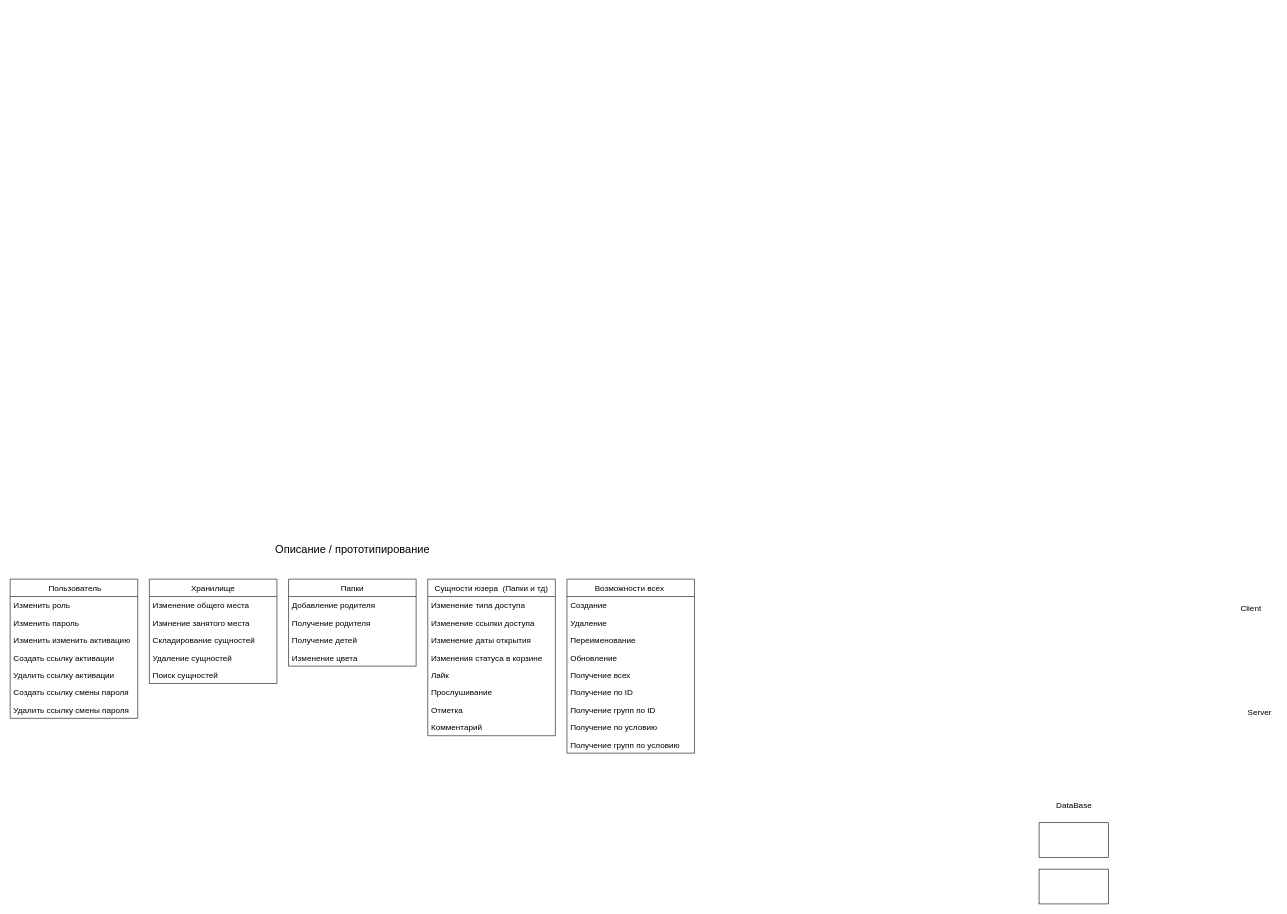
WheatleyCODE/storage-server keeps this draw.io diagram as page "Описание сущностей" (1 of 2) of project.drawio. Above is the earlier version. Source tidied: cells renumbered, new cells numbered last; positions are measured from the earlier drawing's top-left corner, leaving out a move shared by most shapes. Both pictures are drawn from the tidied source at 58%, with x=0, y=0 at pixel (10, 544).
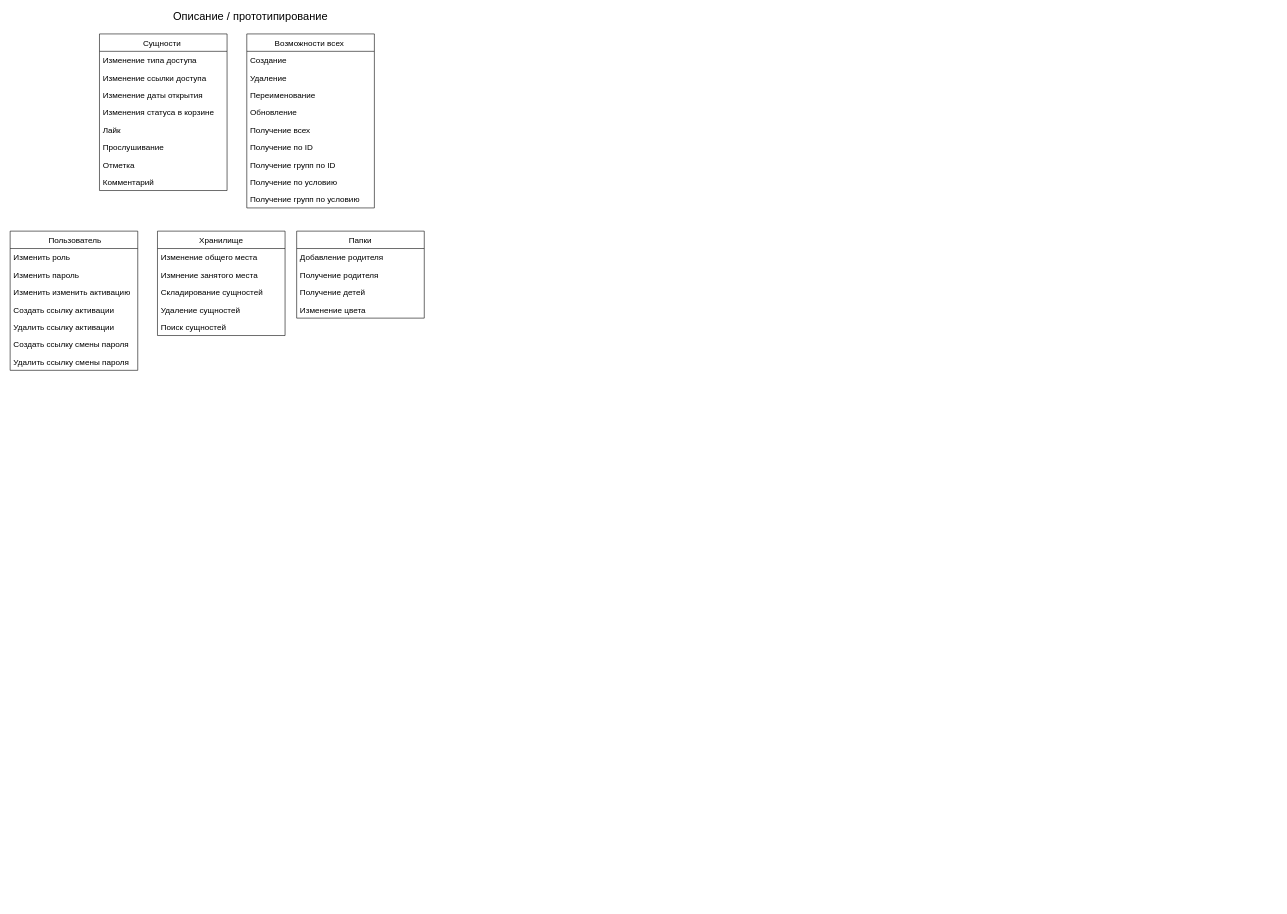
After the change.

Diff of the diagram source:
```diff
@@
-    <mxCell id="2" style="rounded=0;whiteSpace=wrap;html=1;" parent="1" vertex="1">
-      <mxGeometry x="1774" y="480" width="120" height="60" as="geometry" />
-    </mxCell>
-    <mxCell id="3" style="rounded=0;whiteSpace=wrap;html=1;" parent="1" vertex="1">
-      <mxGeometry x="1774" y="560" width="120" height="60" as="geometry" />
-    </mxCell>
-    <mxCell id="4" value="DataBase" style="text;html=1;align=center;verticalAlign=middle;strokeColor=none;fillColor=none;fontSize=14;" parent="1" vertex="1">
-      <mxGeometry x="1794" y="440" width="80" height="20" as="geometry" />
-    </mxCell>
-    <mxCell id="5" value="Server" style="text;html=1;align=center;verticalAlign=middle;strokeColor=none;fillColor=none;fontSize=14;" parent="1" vertex="1">
-      <mxGeometry x="2124" y="280" width="60" height="20" as="geometry" />
-    </mxCell>
-    <mxCell id="6" value="Client" style="text;html=1;align=center;verticalAlign=middle;strokeColor=none;fillColor=none;fontSize=14;" parent="1" vertex="1">
-      <mxGeometry x="2114" y="100" width="50" height="20" as="geometry" />
-    </mxCell>
     <mxCell id="7" value="Возможности всех " style="swimlane;fontStyle=0;horizontal=1;startSize=30;fontSize=14;" parent="1" vertex="1">
-      <mxGeometry x="960" y="60" width="220" height="300" as="geometry" />
+      <mxGeometry x="408" y="-880" width="220" height="300" as="geometry" />
     </mxCell>
@@
-    <mxCell id="17" value="Сущности юзера  (Папки и тд)" style="swimlane;fontStyle=0;horizontal=1;startSize=30;fontSize=14;" parent="1" vertex="1">
-      <mxGeometry x="720" y="60" width="220" height="270" as="geometry" />
+    <mxCell id="17" value="Сущности " style="swimlane;fontStyle=0;horizontal=1;startSize=30;fontSize=14;" parent="1" vertex="1">
+      <mxGeometry x="154" y="-880" width="220" height="270" as="geometry" />
     </mxCell>
@@
     <mxCell id="26" value="Папки" style="swimlane;fontStyle=0;horizontal=1;startSize=30;fontSize=14;" parent="1" vertex="1">
-      <mxGeometry x="480" y="60" width="220" height="150" as="geometry" />
+      <mxGeometry x="494" y="-540" width="220" height="150" as="geometry" />
     </mxCell>
@@
     <mxCell id="31" value="Хранилище" style="swimlane;fontStyle=0;horizontal=1;startSize=30;fontSize=14;" parent="1" vertex="1">
-      <mxGeometry x="240" y="60" width="220" height="180" as="geometry" />
+      <mxGeometry x="254" y="-540" width="220" height="180" as="geometry" />
     </mxCell>
@@
     <mxCell id="37" value=" Пользователь" style="swimlane;fontStyle=0;horizontal=1;startSize=30;fontSize=14;" parent="1" vertex="1">
-      <mxGeometry y="60" width="220" height="240" as="geometry" />
+      <mxGeometry y="-540" width="220" height="240" as="geometry" />
     </mxCell>
@@
     <mxCell id="45" value="&lt;font style=&quot;font-size: 19px&quot;&gt;Описание / прототипирование&lt;/font&gt;" style="text;html=1;align=center;verticalAlign=middle;strokeColor=none;fillColor=none;fontSize=14;" parent="1" vertex="1">
-      <mxGeometry x="445" width="290" height="20" as="geometry" />
+      <mxGeometry x="269" y="-920" width="290" height="20" as="geometry" />
     </mxCell>
```
